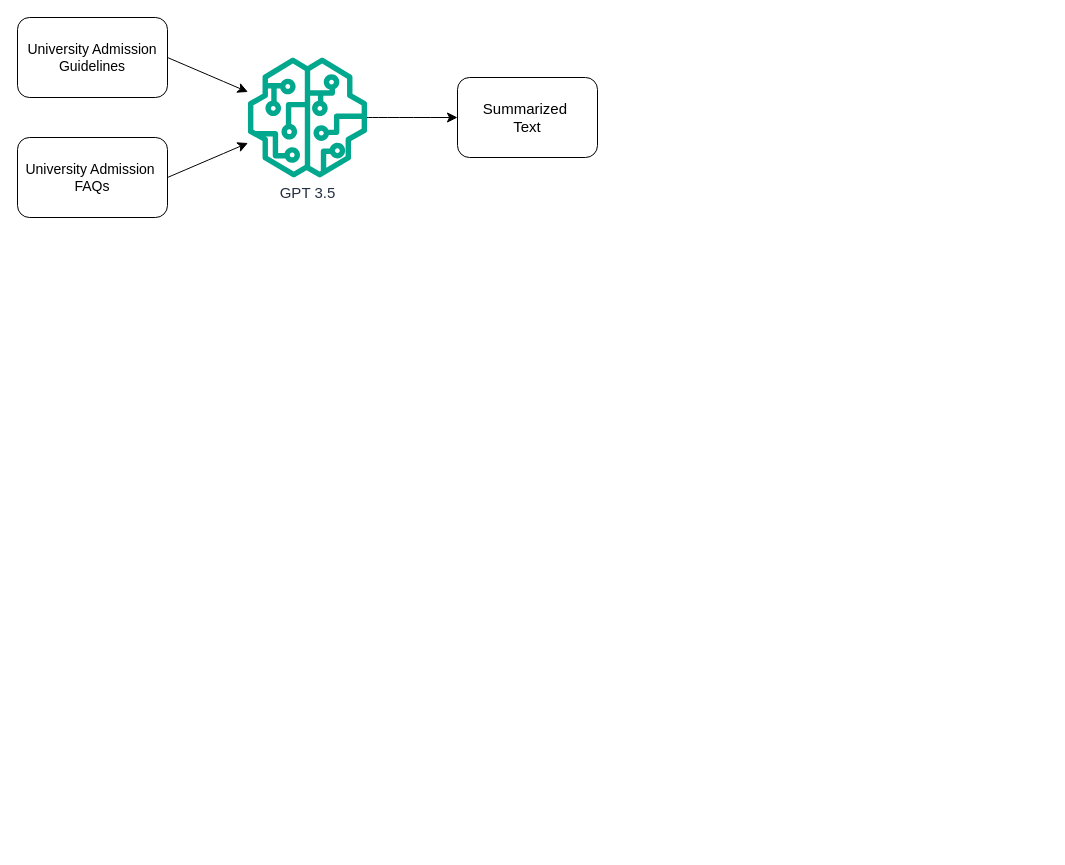
The draw.io diagram assets/diagrams/unifaq.drawio in KayvanShah1/UniFAQ, before the edit. Source tidied: cells renumbered, new cells numbered last; positions are measured from the earlier drawing's top-left corner, leaving out a move shared by most shapes. Both pictures are drawn from the tidied source at 100%, with x=0, y=0 at pixel (17, 17). Pictures stored in the file or linked from it are replaced by grey dashed boxes.
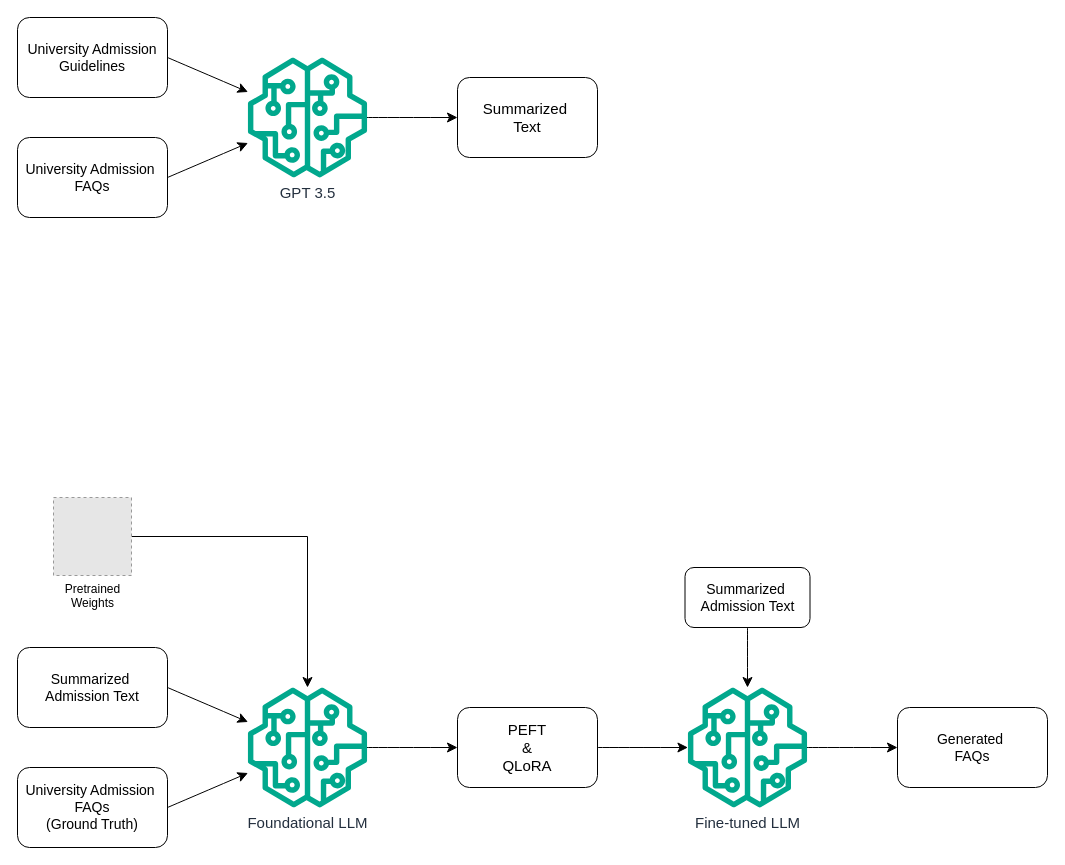
Above is the later version.

The edit, as a diff of the source:
```diff
@@
+    <mxCell id="9" style="edgeStyle=none;curved=1;rounded=0;jettySize=auto;html=1;fontSize=12;startSize=8;endSize=8;" parent="1" edge="1" source="10" target="16">
+      <mxGeometry relative="1" as="geometry" />
+    </mxCell>
+    <mxCell id="10" value="Foundational LLM" style="sketch=0;outlineConnect=0;fontColor=#232F3E;gradientColor=none;fillColor=#01A88D;strokeColor=none;dashed=0;verticalLabelPosition=bottom;verticalAlign=top;align=center;html=1;fontSize=15;fontStyle=0;shape=mxgraph.aws4.sagemaker_model;" parent="1" vertex="1">
+      <mxGeometry x="230" y="670" width="120" height="120" as="geometry" />
+    </mxCell>
+    <mxCell id="11" style="edgeStyle=none;curved=1;rounded=0;jettySize=auto;html=1;fontSize=12;startSize=8;endSize=8;exitX=1;exitY=0.5;exitDx=0;exitDy=0;" parent="1" edge="1" source="12" target="10">
+      <mxGeometry relative="1" as="geometry" />
+    </mxCell>
+    <mxCell id="12" value="Summarized&amp;nbsp;&lt;div&gt;Admission Text&lt;/div&gt;" style="rounded=1;whiteSpace=wrap;html=1;fontSize=14;" parent="1" vertex="1">
+      <mxGeometry y="630" width="150" height="80" as="geometry" />
+    </mxCell>
+    <mxCell id="13" style="edgeStyle=none;curved=1;rounded=0;jettySize=auto;html=1;fontSize=12;startSize=8;endSize=8;exitX=1;exitY=0.5;exitDx=0;exitDy=0;" parent="1" edge="1" source="14" target="10">
+      <mxGeometry relative="1" as="geometry" />
+    </mxCell>
+    <mxCell id="14" value="University Admission&amp;nbsp;&lt;div style=&quot;font-size: 14px;&quot;&gt;FAQs&lt;/div&gt;&lt;div style=&quot;font-size: 14px;&quot;&gt;(Ground Truth)&lt;/div&gt;" style="rounded=1;whiteSpace=wrap;html=1;fontSize=14;" parent="1" vertex="1">
+      <mxGeometry y="750" width="150" height="80" as="geometry" />
+    </mxCell>
+    <mxCell id="15" style="edgeStyle=none;curved=1;rounded=0;jettySize=auto;html=1;exitX=1;exitY=0.5;exitDx=0;exitDy=0;fontSize=12;startSize=8;endSize=8;" parent="1" edge="1" source="16" target="20">
+      <mxGeometry relative="1" as="geometry" />
+    </mxCell>
+    <mxCell id="16" value="PEFT&lt;div&gt;&amp;amp;&lt;/div&gt;&lt;div&gt;QLoRA&lt;/div&gt;" style="rounded=1;whiteSpace=wrap;html=1;fontSize=15;" parent="1" vertex="1">
+      <mxGeometry x="440" y="690" width="140" height="80" as="geometry" />
+    </mxCell>
+    <mxCell id="17" style="edgeStyle=orthogonalEdgeStyle;rounded=0;jettySize=auto;html=1;exitX=1;exitY=0.5;exitDx=0;exitDy=0;fontSize=12;startSize=8;endSize=8;" parent="1" edge="1" source="18" target="10">
+      <mxGeometry relative="1" as="geometry" />
+    </mxCell>
+    <mxCell id="18" value="Pretrained&#10;Weights" style="fillColor=#E6E6E6;strokeColor=#999999;dashed=1;html=1;verticalAlign=top;verticalLabelPosition=bottom;spacingBottom=0;" parent="1" vertex="1">
+      <mxGeometry x="36" y="480" width="78" height="78" as="geometry" />
+    </mxCell>
+    <mxCell id="19" style="edgeStyle=none;curved=1;rounded=0;jettySize=auto;html=1;fontSize=12;startSize=8;endSize=8;" parent="1" edge="1" source="20" target="23">
+      <mxGeometry relative="1" as="geometry" />
+    </mxCell>
+    <mxCell id="20" value="Fine-tuned LLM" style="sketch=0;outlineConnect=0;fontColor=#232F3E;gradientColor=none;fillColor=#01A88D;strokeColor=none;dashed=0;verticalLabelPosition=bottom;verticalAlign=top;align=center;html=1;fontSize=15;fontStyle=0;shape=mxgraph.aws4.sagemaker_model;" parent="1" vertex="1">
+      <mxGeometry x="670" y="670" width="120" height="120" as="geometry" />
+    </mxCell>
+    <mxCell id="21" style="edgeStyle=none;curved=1;rounded=0;jettySize=auto;html=1;fontSize=12;startSize=8;endSize=8;" parent="1" edge="1" source="22" target="20">
+      <mxGeometry relative="1" as="geometry" />
+    </mxCell>
+    <mxCell id="22" value="Summarized&amp;nbsp;&lt;div&gt;Admission Text&lt;/div&gt;" style="rounded=1;whiteSpace=wrap;html=1;fontSize=14;" parent="1" vertex="1">
+      <mxGeometry x="667.5" y="550" width="125" height="60" as="geometry" />
+    </mxCell>
+    <mxCell id="23" value="Generated&amp;nbsp;&lt;div style=&quot;font-size: 14px;&quot;&gt;FAQs&lt;/div&gt;" style="rounded=1;whiteSpace=wrap;html=1;fontSize=14;" parent="1" vertex="1">
+      <mxGeometry x="880" y="690" width="150" height="80" as="geometry" />
+    </mxCell>
```
